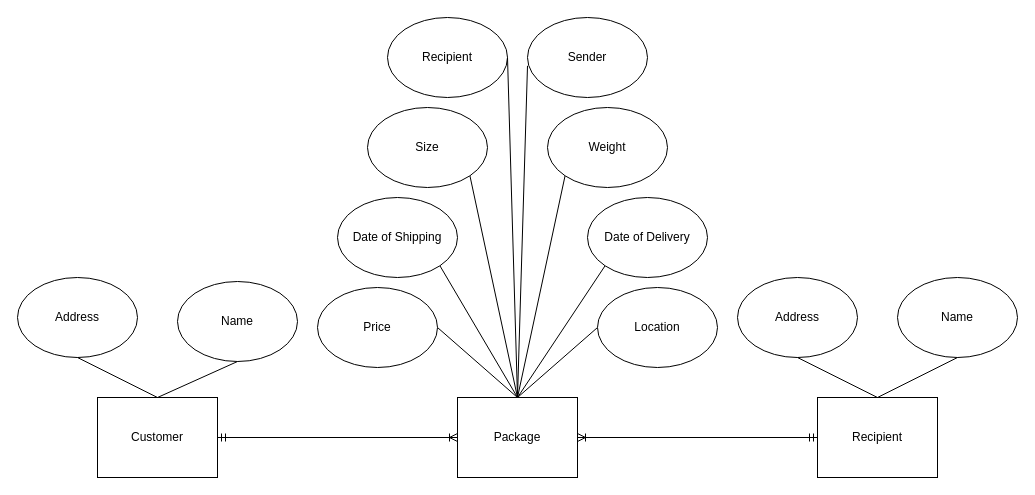
Above: page "Step-2" (2 of 5) of MailDeliveryServices.drawio in 20180912/CFLMS-Mark-CodeReview-09 (draw.io), before the change. Source tidied: cells renumbered, new cells numbered last; positions are measured from the earlier drawing's top-left corner, leaving out a move shared by most shapes. Both pictures are drawn from the tidied source at 100%, with x=0, y=0 at pixel (17, 17).
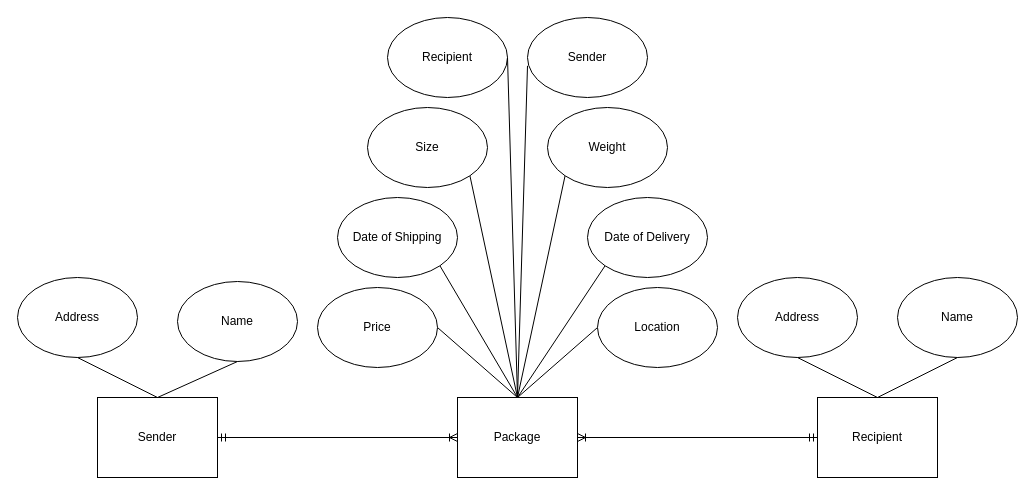
Above is the later version.

Commit message (it also covers changes not shown here):
Joined Sender and Recipient

What changed in the source:
```diff
@@
-    <mxCell id="10" value="Customer" style="rounded=0;whiteSpace=wrap;html=1;" parent="1" vertex="1">
+    <mxCell id="10" value="Sender" style="rounded=0;whiteSpace=wrap;html=1;" parent="1" vertex="1">
       <mxGeometry x="80" y="380" width="120" height="80" as="geometry" />
     </mxCell>
```
